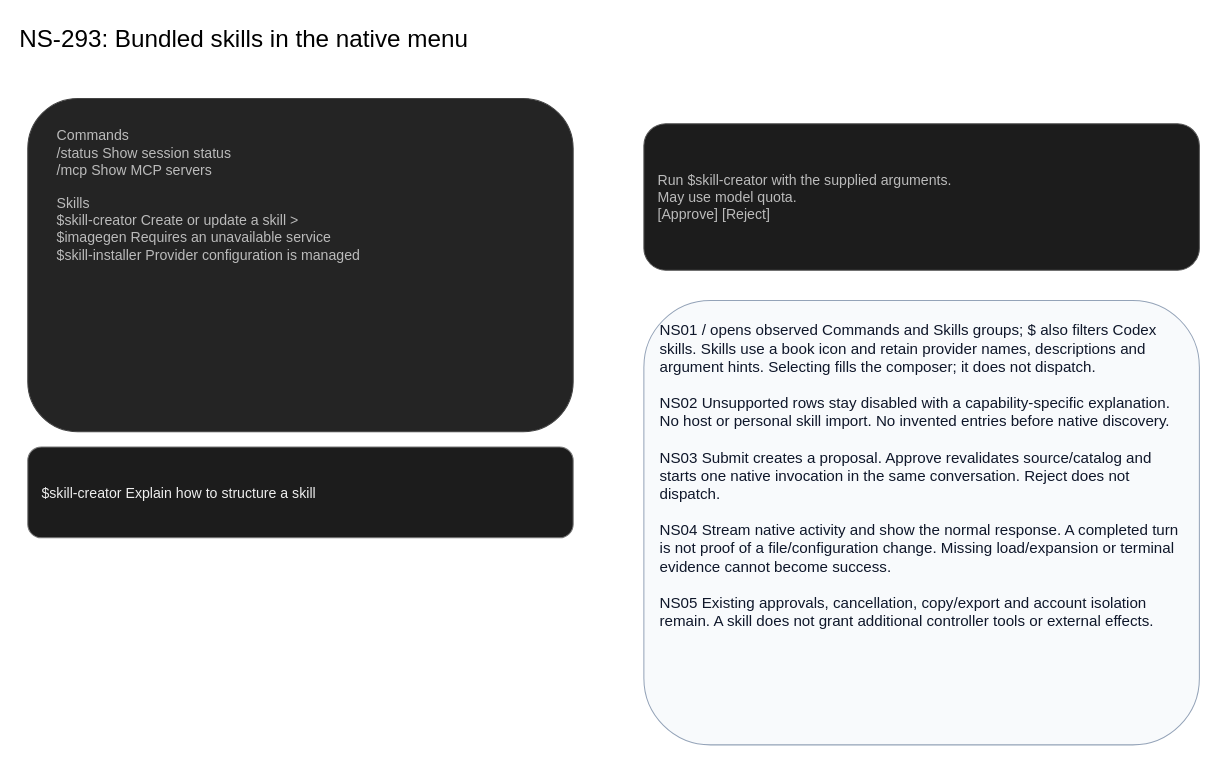
The draw.io diagram page "NS-293 - Bundled native skills" (8 of 8) of projects/laomedo/subsystems/agent-execution/design/application-assistant.drawio in amadou-6e/specs, before the edit. Source tidied: cells renumbered, new cells numbered last; positions are measured from the earlier drawing's top-left corner, leaving out a move shared by most shapes. Both pictures are drawn from the tidied source at 101%, with x=0, y=0 at pixel (17, 17).
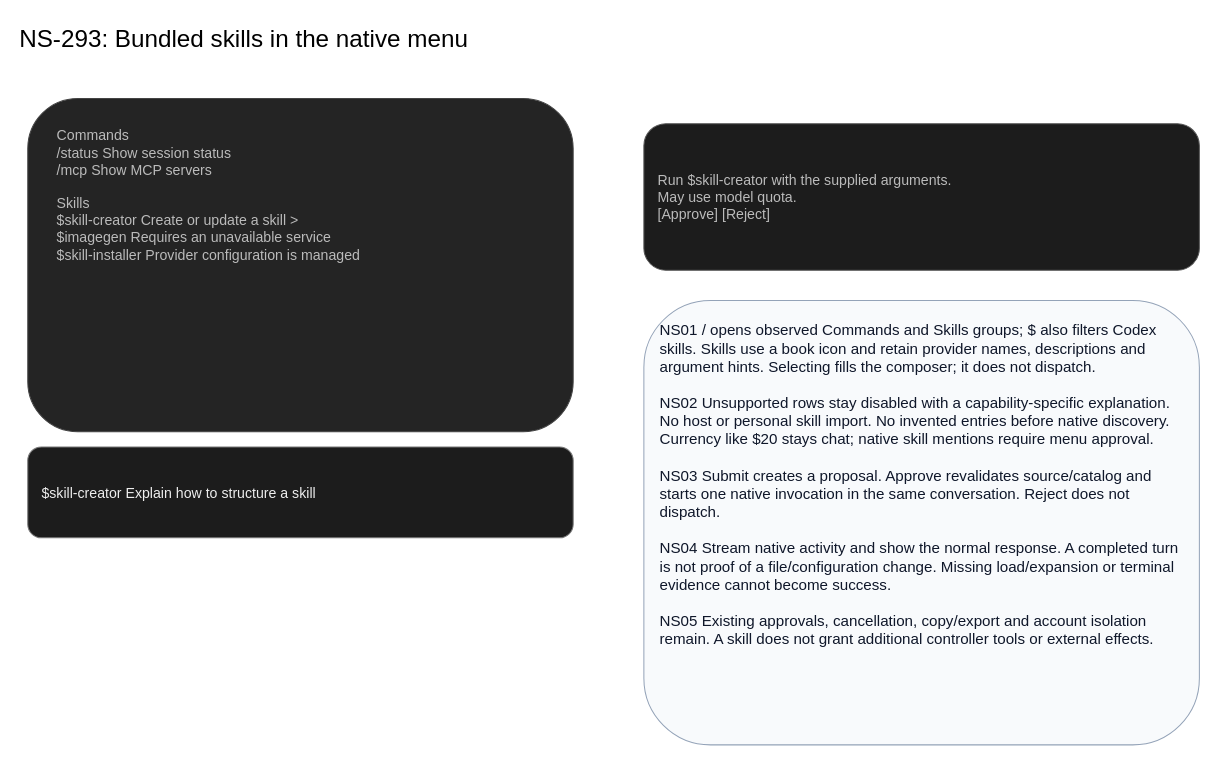
The same page after the edit.

Commit message (it also covers changes not shown here):
spec: bind skill input receipts and fence implicit native mentions

Diff of the diagram source:
```diff
@@
 <mxGraphModel>
   <root>
     <mxCell id="0" />
     <mxCell id="1" parent="0" />
     <mxCell id="2" value="NS-293: Bundled skills in the native menu" style="text;fontSize=24;fontFamily=Arial;" parent="1" vertex="1">
       <mxGeometry width="1180" height="50" as="geometry" />
     </mxCell>
     <mxCell id="3" style="rounded=1;fillColor=#242424;strokeColor=#444444;" parent="1" vertex="1">
       <mxGeometry x="10" y="80" width="540" height="330" as="geometry" />
     </mxCell>
     <mxCell id="4" value="Commands&#10; /status     Show session status&#10; /mcp        Show MCP servers&#10;&#10;Skills&#10; $skill-creator     Create or update a skill             &gt;&#10; $imagegen          Requires an unavailable service&#10; $skill-installer   Provider configuration is managed" style="text;fontSize=14;fontColor=#bbbbbb;align=left;verticalAlign=top;spacing=14;whiteSpace=wrap;" parent="1" vertex="1">
       <mxGeometry x="25" y="90" width="510" height="300" as="geometry" />
     </mxCell>
     <mxCell id="5" value="$skill-creator Explain how to structure a skill" style="rounded=1;fillColor=#1c1c1c;strokeColor=#777777;fontColor=#eeeeee;fontSize=14;align=left;spacing=14;" parent="1" vertex="1">
       <mxGeometry x="10" y="425" width="540" height="90" as="geometry" />
     </mxCell>
     <mxCell id="6" value="Run $skill-creator with the supplied arguments.&#10;May use model quota.&#10;[Approve]  [Reject]" style="rounded=1;fillColor=#1c1c1c;strokeColor=#555555;fontColor=#bbbbbb;fontSize=14;align=left;spacing=14;whiteSpace=wrap;" parent="1" vertex="1">
       <mxGeometry x="620" y="105" width="550" height="145" as="geometry" />
     </mxCell>
-    <mxCell id="7" value="NS01 / opens observed Commands and Skills groups; $ also filters Codex skills. Skills use a book icon and retain provider names, descriptions and argument hints. Selecting fills the composer; it does not dispatch.&#10;&#10;NS02 Unsupported rows stay disabled with a capability-specific explanation. No host or personal skill import. No invented entries before native discovery.&#10;&#10;NS03 Submit creates a proposal. Approve revalidates source/catalog and starts one native invocation in the same conversation. Reject does not dispatch.&#10;&#10;NS04 Stream native activity and show the normal response. A completed turn is not proof of a file/configuration change. Missing load/expansion or terminal evidence cannot become success.&#10;&#10;NS05 Existing approvals, cancellation, copy/export and account isolation remain. A skill does not grant additional controller tools or external effects." style="rounded=1;fillColor=#f8fafc;strokeColor=#94a3b8;fontColor=#0f172a;fontSize=15;align=left;verticalAlign=top;spacing=16;whiteSpace=wrap;" parent="1" vertex="1">
+    <mxCell id="7" value="NS01 / opens observed Commands and Skills groups; $ also filters Codex skills. Skills use a book icon and retain provider names, descriptions and argument hints. Selecting fills the composer; it does not dispatch.&#10;&#10;NS02 Unsupported rows stay disabled with a capability-specific explanation. No host or personal skill import. No invented entries before native discovery. Currency like $20 stays chat; native skill mentions require menu approval.&#10;&#10;NS03 Submit creates a proposal. Approve revalidates source/catalog and starts one native invocation in the same conversation. Reject does not dispatch.&#10;&#10;NS04 Stream native activity and show the normal response. A completed turn is not proof of a file/configuration change. Missing load/expansion or terminal evidence cannot become success.&#10;&#10;NS05 Existing approvals, cancellation, copy/export and account isolation remain. A skill does not grant additional controller tools or external effects." style="rounded=1;fillColor=#f8fafc;strokeColor=#94a3b8;fontColor=#0f172a;fontSize=15;align=left;verticalAlign=top;spacing=16;whiteSpace=wrap;" parent="1" vertex="1">
       <mxGeometry x="620" y="280" width="550" height="440" as="geometry" />
     </mxCell>
   </root>
 </mxGraphModel>
```
